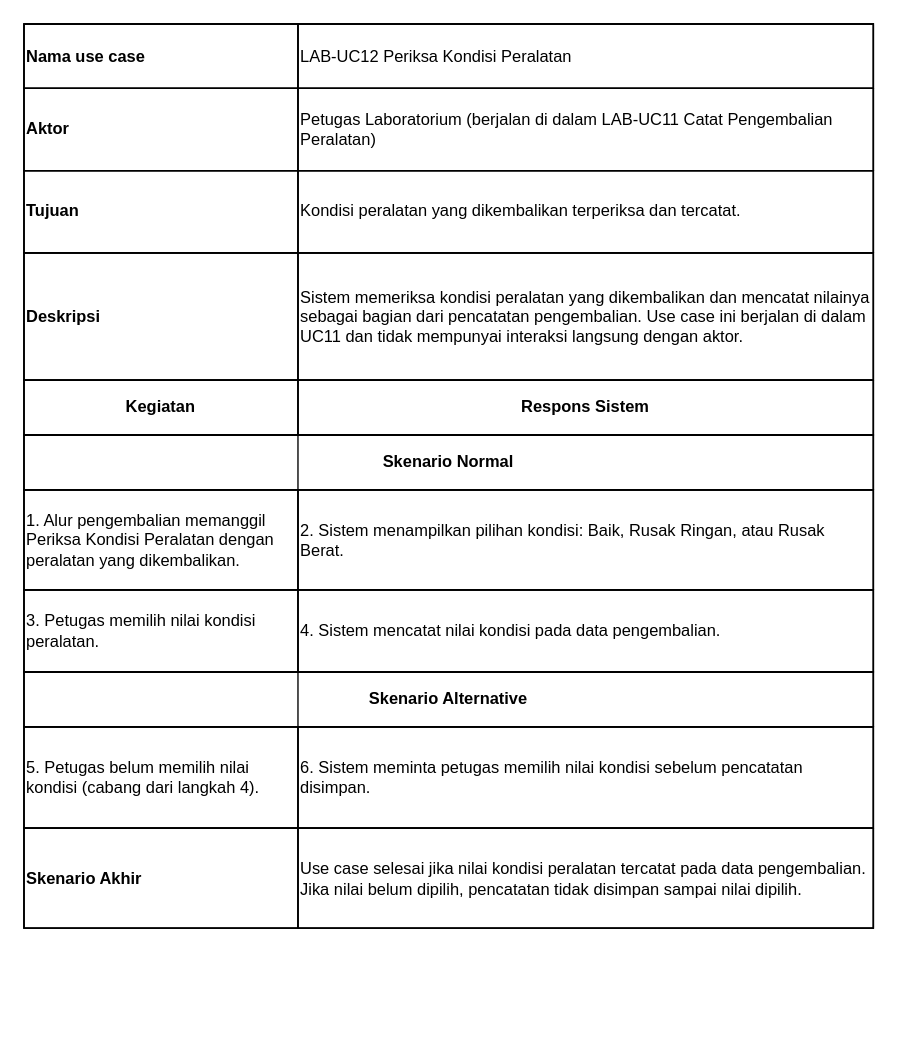
Above: page "Page-12" (12 of 12) of 04_model_analisis/P05/LAB/P05_2406030_LAB_skenario_v01.drawio in eyka02/IFRWP5149_2406030_LabAlat (draw.io), before the change. Source tidied: cells renumbered, new cells numbered last; positions are measured from the earlier drawing's top-left corner, leaving out a move shared by most shapes. Both pictures are drawn from the tidied source at 137%, with x=0, y=0 at pixel (23, 23).
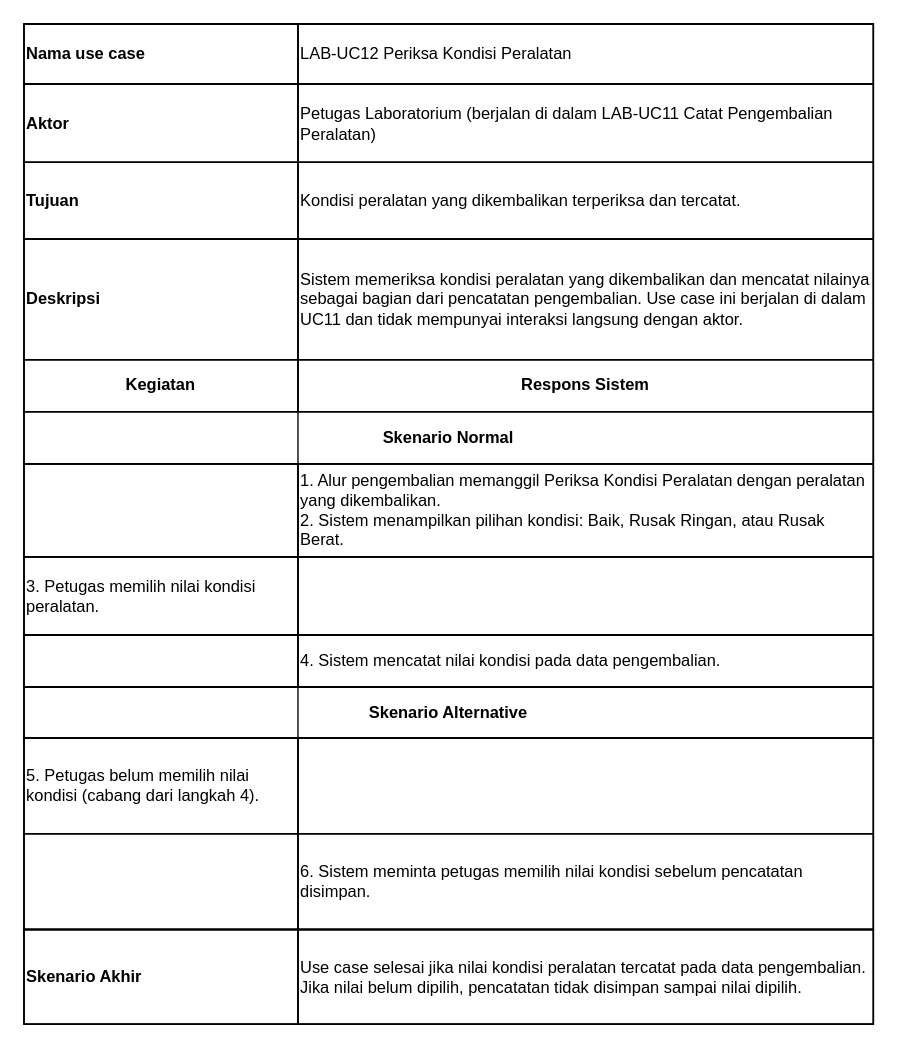
The same diagram, later.

Change to the diagram source:
```diff
@@
-    <mxCell id="2" style="shape=table;startSize=0;childLayout=tableLayout;fixedHeader=1;tableRender=collapsed;" parent="1" vertex="1">
-      <mxGeometry width="620" height="660" as="geometry" />
+    <mxCell id="2" style="shape=table;startSize=0;childLayout=tableLayout;fixedHeader=1;tableRender=collapsed;strokeColor=#000000;strokeWidth=1;" parent="1" vertex="1">
+      <mxGeometry width="620" height="730" as="geometry" />
     </mxCell>
-    <mxCell id="3" style="shape=tableRow;horizontal=0;startSize=0;swimlaneHead=0;swimlaneBody=0;strokeColor=inherit;fillColor=none;" parent="2" vertex="1">
-      <mxGeometry width="620" height="47" as="geometry" />
+    <mxCell id="3" style="shape=tableRow;horizontal=0;startSize=0;swimlaneHead=0;swimlaneBody=0;strokeColor=#000000;strokeWidth=1;fillColor=none;" parent="2" vertex="1">
+      <mxGeometry width="620" height="44" as="geometry" />
     </mxCell>
-    <mxCell id="4" value="&lt;b&gt;Nama use case&lt;/b&gt;" style="shape=partialRectangle;html=1;whiteSpace=wrap;strokeColor=inherit;fillColor=none;align=left;" parent="3" vertex="1">
-      <mxGeometry width="200" height="47" as="geometry" />
+    <mxCell id="4" value="&lt;b&gt;Nama use case&lt;/b&gt;" style="shape=partialRectangle;html=1;whiteSpace=wrap;strokeColor=#000000;strokeWidth=1;fillColor=none;align=left;verticalAlign=middle;" parent="3" vertex="1">
+      <mxGeometry width="200" height="44" as="geometry" />
     </mxCell>
-    <mxCell id="5" value="LAB-UC12 Periksa Kondisi Peralatan" style="shape=partialRectangle;html=1;whiteSpace=wrap;strokeColor=inherit;fillColor=none;align=left;" parent="3" vertex="1">
-      <mxGeometry x="200" width="420" height="47" as="geometry" />
+    <mxCell id="5" value="LAB-UC12 Periksa Kondisi Peralatan" style="shape=partialRectangle;html=1;whiteSpace=wrap;strokeColor=#000000;strokeWidth=1;fillColor=none;align=left;verticalAlign=middle;" parent="3" vertex="1">
+      <mxGeometry x="200" width="420" height="44" as="geometry" />
     </mxCell>
-    <mxCell id="6" style="shape=tableRow;horizontal=0;startSize=0;strokeColor=inherit;fillColor=none;" parent="2" vertex="1">
-      <mxGeometry y="47" width="620" height="60" as="geometry" />
+    <mxCell id="6" style="shape=tableRow;horizontal=0;startSize=0;strokeColor=#000000;strokeWidth=1;fillColor=none;" parent="2" vertex="1">
+      <mxGeometry y="44" width="620" height="57" as="geometry" />
     </mxCell>
-    <mxCell id="7" value="&lt;b&gt;Aktor&lt;/b&gt;" style="shape=partialRectangle;html=1;whiteSpace=wrap;strokeColor=inherit;fillColor=none;align=left;" parent="6" vertex="1">
-      <mxGeometry width="200" height="60" as="geometry" />
+    <mxCell id="7" value="&lt;b&gt;Aktor&lt;/b&gt;" style="shape=partialRectangle;html=1;whiteSpace=wrap;strokeColor=#000000;strokeWidth=1;fillColor=none;align=left;verticalAlign=middle;" parent="6" vertex="1">
+      <mxGeometry width="200" height="57" as="geometry" />
     </mxCell>
-    <mxCell id="8" value="Petugas Laboratorium (berjalan di dalam LAB-UC11 Catat Pengembalian Peralatan)" style="shape=partialRectangle;html=1;whiteSpace=wrap;strokeColor=inherit;fillColor=none;align=left;" parent="6" vertex="1">
-      <mxGeometry x="200" width="420" height="60" as="geometry" />
+    <mxCell id="8" value="Petugas Laboratorium (berjalan di dalam LAB-UC11 Catat Pengembalian Peralatan)" style="shape=partialRectangle;html=1;whiteSpace=wrap;strokeColor=#000000;strokeWidth=1;fillColor=none;align=left;verticalAlign=middle;" parent="6" vertex="1">
+      <mxGeometry x="200" width="420" height="57" as="geometry" />
     </mxCell>
-    <mxCell id="9" style="shape=tableRow;horizontal=0;startSize=0;strokeColor=inherit;fillColor=none;" parent="2" vertex="1">
-      <mxGeometry y="107" width="620" height="60" as="geometry" />
+    <mxCell id="9" style="shape=tableRow;horizontal=0;startSize=0;strokeColor=#000000;strokeWidth=1;fillColor=none;" parent="2" vertex="1">
+      <mxGeometry y="101" width="620" height="56" as="geometry" />
     </mxCell>
-    <mxCell id="10" value="&lt;b&gt;Tujuan&lt;/b&gt;" style="shape=partialRectangle;html=1;whiteSpace=wrap;strokeColor=inherit;fillColor=none;align=left;" parent="9" vertex="1">
-      <mxGeometry width="200" height="60" as="geometry" />
+    <mxCell id="10" value="&lt;b&gt;Tujuan&lt;/b&gt;" style="shape=partialRectangle;html=1;whiteSpace=wrap;strokeColor=#000000;strokeWidth=1;fillColor=none;align=left;verticalAlign=middle;" parent="9" vertex="1">
+      <mxGeometry width="200" height="56" as="geometry" />
     </mxCell>
-    <mxCell id="11" value="Kondisi peralatan yang dikembalikan terperiksa dan tercatat." style="shape=partialRectangle;html=1;whiteSpace=wrap;strokeColor=inherit;fillColor=none;align=left;" parent="9" vertex="1">
-      <mxGeometry x="200" width="420" height="60" as="geometry" />
+    <mxCell id="11" value="Kondisi peralatan yang dikembalikan terperiksa dan tercatat." style="shape=partialRectangle;html=1;whiteSpace=wrap;strokeColor=#000000;strokeWidth=1;fillColor=none;align=left;verticalAlign=middle;" parent="9" vertex="1">
+      <mxGeometry x="200" width="420" height="56" as="geometry" />
     </mxCell>
-    <mxCell id="12" style="shape=tableRow;horizontal=0;startSize=0;strokeColor=inherit;fillColor=none;" parent="2" vertex="1">
-      <mxGeometry y="167" width="620" height="93" as="geometry" />
+    <mxCell id="12" style="shape=tableRow;horizontal=0;startSize=0;strokeColor=#000000;strokeWidth=1;fillColor=none;" parent="2" vertex="1">
+      <mxGeometry y="157" width="620" height="88" as="geometry" />
     </mxCell>
-    <mxCell id="13" value="&lt;b&gt;Deskripsi&lt;/b&gt;" style="shape=partialRectangle;html=1;whiteSpace=wrap;strokeColor=inherit;fillColor=none;align=left;" parent="12" vertex="1">
-      <mxGeometry width="200" height="93" as="geometry" />
+    <mxCell id="13" value="&lt;b&gt;Deskripsi&lt;/b&gt;" style="shape=partialRectangle;html=1;whiteSpace=wrap;strokeColor=#000000;strokeWidth=1;fillColor=none;align=left;verticalAlign=middle;" parent="12" vertex="1">
+      <mxGeometry width="200" height="88" as="geometry" />
     </mxCell>
-    <mxCell id="14" value="Sistem memeriksa kondisi peralatan yang dikembalikan dan mencatat nilainya sebagai bagian dari pencatatan pengembalian. Use case ini berjalan di dalam UC11 dan tidak mempunyai interaksi langsung dengan aktor." style="shape=partialRectangle;html=1;whiteSpace=wrap;strokeColor=inherit;fillColor=none;align=left;" parent="12" vertex="1">
-      <mxGeometry x="200" width="420" height="93" as="geometry" />
+    <mxCell id="14" value="Sistem memeriksa kondisi peralatan yang dikembalikan dan mencatat nilainya sebagai bagian dari pencatatan pengembalian. Use case ini berjalan di dalam UC11 dan tidak mempunyai interaksi langsung dengan aktor." style="shape=partialRectangle;html=1;whiteSpace=wrap;strokeColor=#000000;strokeWidth=1;fillColor=none;align=left;verticalAlign=middle;" parent="12" vertex="1">
+      <mxGeometry x="200" width="420" height="88" as="geometry" />
     </mxCell>
-    <mxCell id="15" style="shape=tableRow;horizontal=0;startSize=0;strokeColor=inherit;fillColor=none;" parent="2" vertex="1">
-      <mxGeometry y="260" width="620" height="40" as="geometry" />
+    <mxCell id="15" style="shape=tableRow;horizontal=0;startSize=0;strokeColor=#000000;strokeWidth=1;fillColor=none;" parent="2" vertex="1">
+      <mxGeometry y="245" width="620" height="38" as="geometry" />
     </mxCell>
-    <mxCell id="16" value="&lt;b&gt;Kegiatan&lt;/b&gt;" style="shape=partialRectangle;html=1;whiteSpace=wrap;strokeColor=inherit;fillColor=none;" parent="15" vertex="1">
-      <mxGeometry width="200" height="40" as="geometry" />
+    <mxCell id="16" value="&lt;b&gt;Kegiatan&lt;/b&gt;" style="shape=partialRectangle;html=1;whiteSpace=wrap;strokeColor=#000000;strokeWidth=1;fillColor=none;align=center;verticalAlign=middle;" parent="15" vertex="1">
+      <mxGeometry width="200" height="38" as="geometry" />
     </mxCell>
-    <mxCell id="17" value="&lt;b&gt;Respons Sistem&lt;/b&gt;" style="shape=partialRectangle;html=1;whiteSpace=wrap;strokeColor=inherit;fillColor=none;" parent="15" vertex="1">
-      <mxGeometry x="200" width="420" height="40" as="geometry" />
+    <mxCell id="17" value="&lt;b&gt;Respons Sistem&lt;/b&gt;" style="shape=partialRectangle;html=1;whiteSpace=wrap;strokeColor=#000000;strokeWidth=1;fillColor=none;align=center;verticalAlign=middle;" parent="15" vertex="1">
+      <mxGeometry x="200" width="420" height="38" as="geometry" />
     </mxCell>
-    <mxCell id="18" style="shape=tableRow;horizontal=0;startSize=0;strokeColor=inherit;fillColor=none;" parent="2" vertex="1">
-      <mxGeometry y="300" width="620" height="40" as="geometry" />
+    <mxCell id="18" style="shape=tableRow;horizontal=0;startSize=0;strokeColor=#000000;strokeWidth=1;fillColor=none;" parent="2" vertex="1">
+      <mxGeometry y="283" width="620" height="38" as="geometry" />
     </mxCell>
-    <mxCell id="19" value="&lt;b&gt;Skenario Normal&lt;/b&gt;" style="shape=partialRectangle;html=1;whiteSpace=wrap;strokeColor=inherit;fillColor=none;" parent="18" vertex="1">
-      <mxGeometry width="620" height="40" as="geometry" />
+    <mxCell id="19" value="&lt;b&gt;Skenario Normal&lt;/b&gt;" style="shape=partialRectangle;html=1;whiteSpace=wrap;strokeColor=#000000;strokeWidth=1;fillColor=none;align=center;verticalAlign=middle;" parent="18" vertex="1">
+      <mxGeometry width="620" height="38" as="geometry" />
     </mxCell>
-    <mxCell id="20" style="shape=tableRow;horizontal=0;startSize=0;strokeColor=inherit;fillColor=none;" parent="2" vertex="1">
-      <mxGeometry y="340" width="620" height="73" as="geometry" />
+    <mxCell id="20" style="shape=tableRow;horizontal=0;startSize=0;strokeColor=#000000;strokeWidth=1;fillColor=none;" parent="2" vertex="1">
+      <mxGeometry y="321" width="620" height="68" as="geometry" />
     </mxCell>
-    <mxCell id="21" value="1. Alur pengembalian memanggil Periksa Kondisi Peralatan dengan peralatan yang dikembalikan." style="shape=partialRectangle;html=1;whiteSpace=wrap;strokeColor=inherit;fillColor=none;align=left;" parent="20" vertex="1">
-      <mxGeometry width="200" height="73" as="geometry" />
+    <mxCell id="21" style="shape=partialRectangle;html=1;whiteSpace=wrap;strokeColor=#000000;strokeWidth=1;fillColor=none;align=left;verticalAlign=middle;" parent="20" vertex="1">
+      <mxGeometry width="200" height="68" as="geometry" />
     </mxCell>
-    <mxCell id="22" value="2. Sistem menampilkan pilihan kondisi: Baik, Rusak Ringan, atau Rusak Berat." style="shape=partialRectangle;html=1;whiteSpace=wrap;strokeColor=inherit;fillColor=none;align=left;" parent="20" vertex="1">
-      <mxGeometry x="200" width="420" height="73" as="geometry" />
+    <mxCell id="22" value="1. Alur pengembalian memanggil Periksa Kondisi Peralatan dengan peralatan yang dikembalikan.&lt;br&gt;2. Sistem menampilkan pilihan kondisi: Baik, Rusak Ringan, atau Rusak Berat." style="shape=partialRectangle;html=1;whiteSpace=wrap;strokeColor=#000000;strokeWidth=1;fillColor=none;align=left;verticalAlign=middle;" parent="20" vertex="1">
+      <mxGeometry x="200" width="420" height="68" as="geometry" />
     </mxCell>
-    <mxCell id="23" style="shape=tableRow;horizontal=0;startSize=0;strokeColor=inherit;fillColor=none;" parent="2" vertex="1">
-      <mxGeometry y="413" width="620" height="60" as="geometry" />
+    <mxCell id="23" style="shape=tableRow;horizontal=0;startSize=0;strokeColor=#000000;strokeWidth=1;fillColor=none;" parent="2" vertex="1">
+      <mxGeometry y="389" width="620" height="57" as="geometry" />
     </mxCell>
-    <mxCell id="24" value="3. Petugas memilih nilai kondisi peralatan." style="shape=partialRectangle;html=1;whiteSpace=wrap;strokeColor=inherit;fillColor=none;align=left;" parent="23" vertex="1">
-      <mxGeometry width="200" height="60" as="geometry" />
+    <mxCell id="24" value="3. Petugas memilih nilai kondisi peralatan." style="shape=partialRectangle;html=1;whiteSpace=wrap;strokeColor=#000000;strokeWidth=1;fillColor=none;align=left;verticalAlign=middle;" parent="23" vertex="1">
+      <mxGeometry width="200" height="57" as="geometry" />
     </mxCell>
-    <mxCell id="25" value="4. Sistem mencatat nilai kondisi pada data pengembalian." style="shape=partialRectangle;html=1;whiteSpace=wrap;strokeColor=inherit;fillColor=none;align=left;" parent="23" vertex="1">
-      <mxGeometry x="200" width="420" height="60" as="geometry" />
+    <mxCell id="25" style="shape=partialRectangle;html=1;whiteSpace=wrap;strokeColor=#000000;strokeWidth=1;fillColor=none;align=left;verticalAlign=middle;" parent="23" vertex="1">
+      <mxGeometry x="200" width="420" height="57" as="geometry" />
     </mxCell>
-    <mxCell id="26" style="shape=tableRow;horizontal=0;startSize=0;strokeColor=inherit;fillColor=none;" parent="2" vertex="1">
-      <mxGeometry y="473" width="620" height="40" as="geometry" />
+    <mxCell id="26" style="shape=tableRow;horizontal=0;startSize=0;strokeColor=#000000;strokeWidth=1;fillColor=none;" parent="2" vertex="1">
+      <mxGeometry y="446" width="620" height="38" as="geometry" />
     </mxCell>
-    <mxCell id="27" value="&lt;b&gt;Skenario Alternative&lt;/b&gt;" style="shape=partialRectangle;html=1;whiteSpace=wrap;strokeColor=inherit;fillColor=none;" parent="26" vertex="1">
-      <mxGeometry width="620" height="40" as="geometry" />
+    <mxCell id="27" style="shape=partialRectangle;html=1;whiteSpace=wrap;strokeColor=#000000;strokeWidth=1;fillColor=none;align=left;verticalAlign=middle;" parent="26" vertex="1">
+      <mxGeometry width="200" height="38" as="geometry" />
     </mxCell>
+    <mxCell id="34" value="4. Sistem mencatat nilai kondisi pada data pengembalian." style="shape=partialRectangle;html=1;whiteSpace=wrap;strokeColor=#000000;strokeWidth=1;fillColor=none;align=left;verticalAlign=middle;" parent="26" vertex="1">
+      <mxGeometry x="200" width="420" height="38" as="geometry" />
+    </mxCell>
-    <mxCell id="28" style="shape=tableRow;horizontal=0;startSize=0;strokeColor=inherit;fillColor=none;" parent="2" vertex="1">
-      <mxGeometry y="513" width="620" height="74" as="geometry" />
+    <mxCell id="28" style="shape=tableRow;horizontal=0;startSize=0;strokeColor=#000000;strokeWidth=1;fillColor=none;" parent="2" vertex="1">
+      <mxGeometry y="484" width="620" height="37" as="geometry" />
     </mxCell>
-    <mxCell id="29" value="5. Petugas belum memilih nilai kondisi (cabang dari langkah 4)." style="shape=partialRectangle;html=1;whiteSpace=wrap;strokeColor=inherit;fillColor=none;align=left;" parent="28" vertex="1">
-      <mxGeometry width="200" height="74" as="geometry" />
+    <mxCell id="29" value="&lt;b&gt;Skenario Alternative&lt;/b&gt;" style="shape=partialRectangle;html=1;whiteSpace=wrap;strokeColor=#000000;strokeWidth=1;fillColor=none;align=center;verticalAlign=middle;" parent="28" vertex="1">
+      <mxGeometry width="620" height="37" as="geometry" />
     </mxCell>
-    <mxCell id="30" value="6. Sistem meminta petugas memilih nilai kondisi sebelum pencatatan disimpan." style="shape=partialRectangle;html=1;whiteSpace=wrap;strokeColor=inherit;fillColor=none;align=left;" parent="28" vertex="1">
-      <mxGeometry x="200" width="420" height="74" as="geometry" />
-    </mxCell>
+    <mxCell id="35" style="shape=tableRow;horizontal=0;startSize=0;strokeColor=#000000;strokeWidth=1;fillColor=none;" parent="2" vertex="1">
+      <mxGeometry y="521" width="620" height="70" as="geometry" />
+    </mxCell>
+    <mxCell id="36" value="&lt;span style=&quot;color: rgb(0, 0, 0);&quot;&gt;5. Petugas belum memilih nilai kondisi (cabang dari langkah 4).&lt;/span&gt;" style="shape=partialRectangle;html=1;whiteSpace=wrap;strokeColor=#000000;strokeWidth=1;fillColor=none;align=left;verticalAlign=middle;" parent="35" vertex="1">
+      <mxGeometry width="200" height="70" as="geometry" />
+    </mxCell>
+    <mxCell id="37" style="shape=partialRectangle;html=1;whiteSpace=wrap;strokeColor=#000000;strokeWidth=1;fillColor=none;align=left;verticalAlign=middle;" parent="35" vertex="1">
+      <mxGeometry x="200" width="420" height="70" as="geometry" />
+    </mxCell>
-    <mxCell id="31" style="shape=tableRow;horizontal=0;startSize=0;strokeColor=inherit;fillColor=none;" parent="2" vertex="1">
-      <mxGeometry y="587" width="620" height="73" as="geometry" />
+    <mxCell id="31" style="shape=tableRow;horizontal=0;startSize=0;strokeColor=#000000;strokeWidth=1;fillColor=none;" parent="2" vertex="1">
+      <mxGeometry y="591" width="620" height="70" as="geometry" />
     </mxCell>
-    <mxCell id="32" value="&lt;b&gt;Skenario Akhir&lt;/b&gt;" style="shape=partialRectangle;html=1;whiteSpace=wrap;strokeColor=inherit;fillColor=none;align=left;" parent="31" vertex="1">
-      <mxGeometry width="200" height="73" as="geometry" />
+    <mxCell id="32" style="shape=partialRectangle;html=1;whiteSpace=wrap;strokeColor=#000000;strokeWidth=1;fillColor=none;align=left;verticalAlign=middle;" parent="31" vertex="1">
+      <mxGeometry width="200" height="70" as="geometry" />
     </mxCell>
-    <mxCell id="33" value="Use case selesai jika nilai kondisi peralatan tercatat pada data pengembalian. Jika nilai belum dipilih, pencatatan tidak disimpan sampai nilai dipilih." style="shape=partialRectangle;html=1;whiteSpace=wrap;strokeColor=inherit;fillColor=none;align=left;" parent="31" vertex="1">
-      <mxGeometry x="200" width="420" height="73" as="geometry" />
+    <mxCell id="33" value="6. Sistem meminta petugas memilih nilai kondisi sebelum pencatatan disimpan." style="shape=partialRectangle;html=1;whiteSpace=wrap;strokeColor=#000000;strokeWidth=1;fillColor=none;align=left;verticalAlign=middle;" parent="31" vertex="1">
+      <mxGeometry x="200" width="420" height="70" as="geometry" />
     </mxCell>
+    <mxCell id="38" style="shape=tableRow;horizontal=0;startSize=0;strokeColor=#000000;strokeWidth=1;fillColor=none;" parent="2" vertex="1">
+      <mxGeometry y="661" width="620" height="69" as="geometry" />
+    </mxCell>
+    <mxCell id="39" value="&lt;b&gt;Skenario Akhir&lt;/b&gt;" style="shape=partialRectangle;html=1;whiteSpace=wrap;strokeColor=#000000;strokeWidth=1;fillColor=none;align=left;verticalAlign=middle;" parent="38" vertex="1">
+      <mxGeometry width="200" height="69" as="geometry" />
+    </mxCell>
+    <mxCell id="40" value="Use case selesai jika nilai kondisi peralatan tercatat pada data pengembalian. Jika nilai belum dipilih, pencatatan tidak disimpan sampai nilai dipilih." style="shape=partialRectangle;html=1;whiteSpace=wrap;strokeColor=#000000;strokeWidth=1;fillColor=none;align=left;verticalAlign=middle;" parent="38" vertex="1">
+      <mxGeometry x="200" width="420" height="69" as="geometry" />
+    </mxCell>
```
